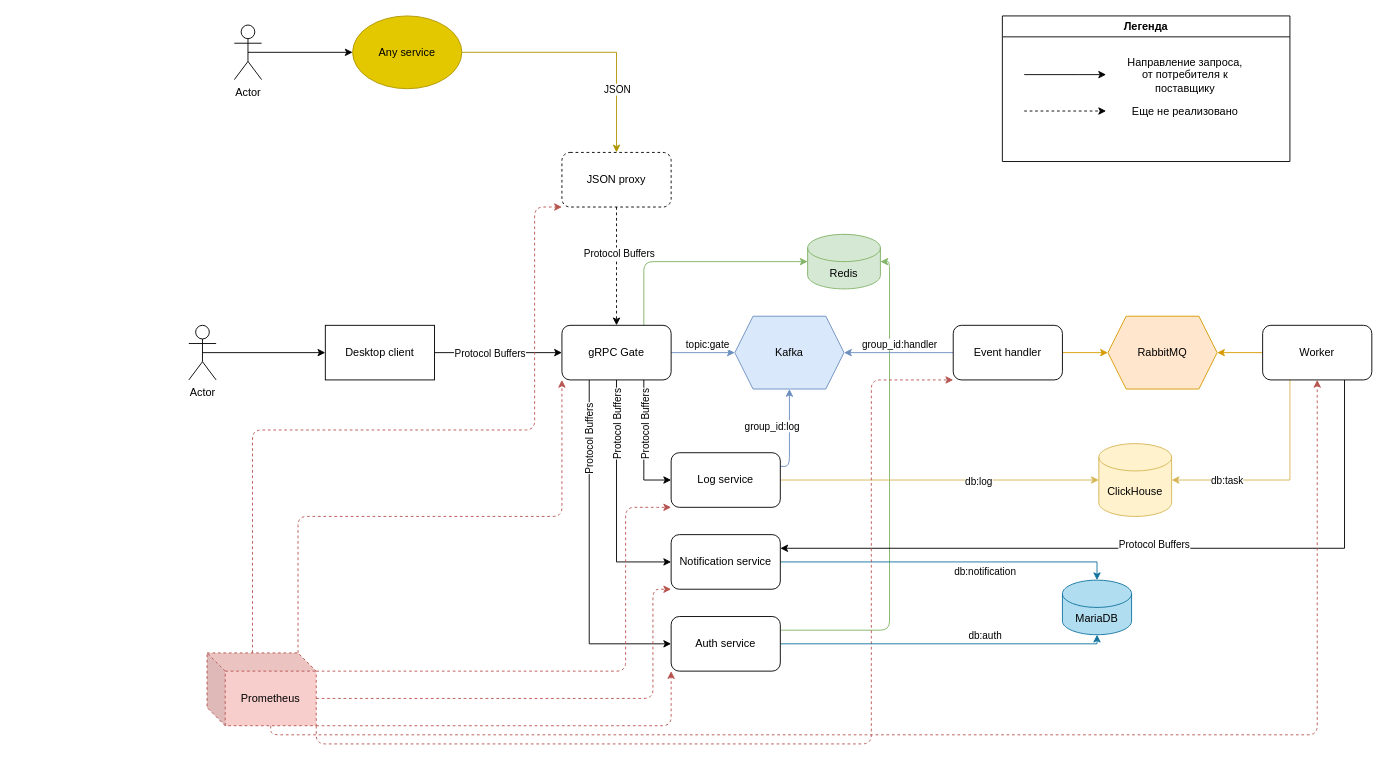
The draw.io diagram page "New" (1 of 2) of scheme.drawio in gbh007/petus-projectus, before the edit. Source tidied: cells renumbered, new cells numbered last; positions are measured from the earlier drawing's top-left corner, leaving out a move shared by most shapes. Both pictures are drawn from the tidied source at 91%, with x=0, y=0 at pixel (188, 15).
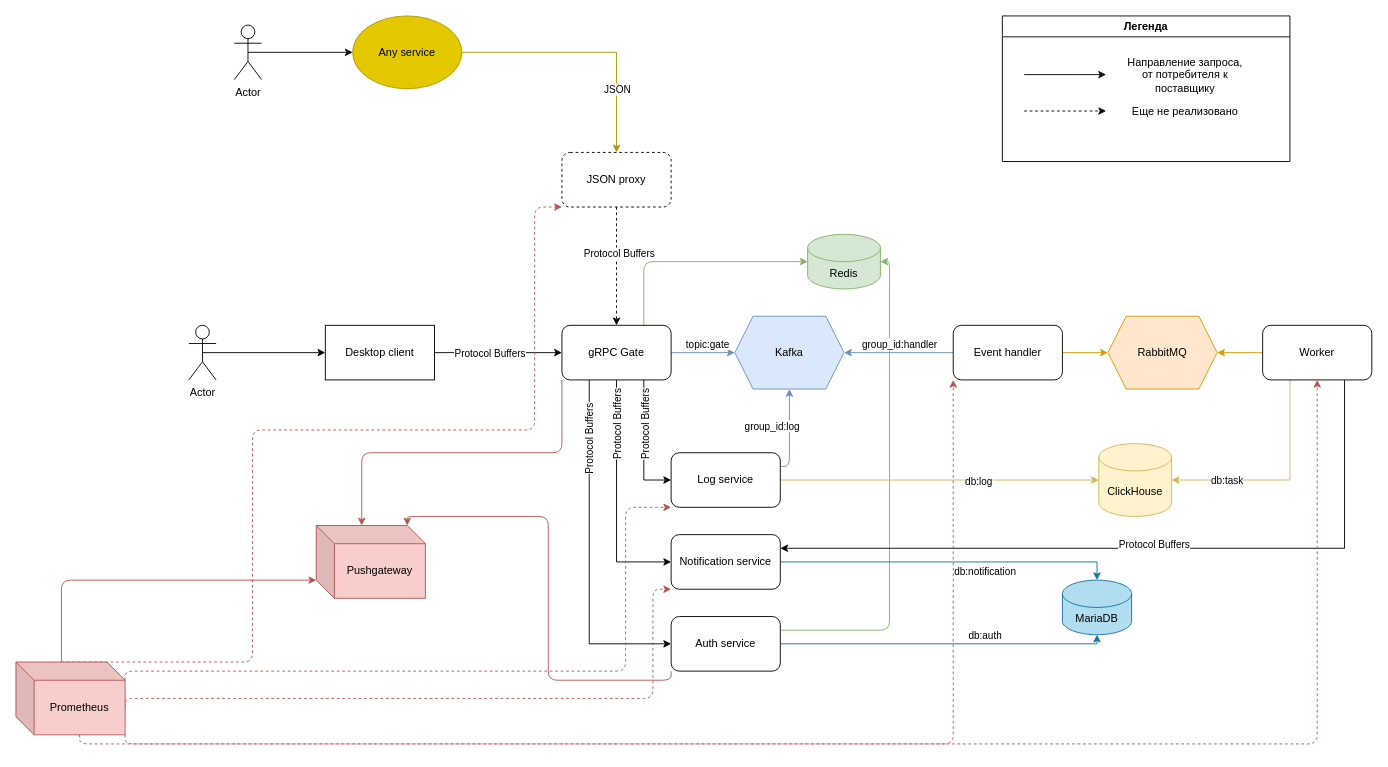
After the change.

The change refers to these unchanged cells:
```xml
<mxCell id="25" value="gRPC Gate" style="rounded=1;whiteSpace=wrap;html=1;" parent="1" vertex="1">
  <mxGeometry x="410" y="340" width="120" height="60" as="geometry" />
</mxCell>
<mxCell id="55" value="Auth service" style="rounded=1;whiteSpace=wrap;html=1;" parent="1" vertex="1">
  <mxGeometry x="530" y="660" width="120" height="60" as="geometry" />
</mxCell>
```

Change to the diagram source:
```diff
@@
-    <mxCell id="45" style="edgeStyle=orthogonalEdgeStyle;html=1;exitX=0;exitY=0;exitDx=100;exitDy=0;exitPerimeter=0;entryX=0;entryY=1;entryDx=0;entryDy=0;rounded=1;strokeColor=#b85450;snapToPoint=0;fixDash=0;backgroundOutline=0;orthogonal=0;enumerate=0;comic=0;dashed=1;fillColor=#f8cecc;" parent="1" edge="1" source="52" target="25">
+    <mxCell id="45" style="edgeStyle=orthogonalEdgeStyle;html=1;exitX=0;exitY=1;exitDx=0;exitDy=0;entryX=0;entryY=0;entryDx=50;entryDy=0;rounded=1;strokeColor=#b85450;snapToPoint=0;fixDash=0;backgroundOutline=0;orthogonal=0;enumerate=0;comic=0;fillColor=#f8cecc;entryPerimeter=0;" parent="1" edge="1" source="25" target="68">
       <mxGeometry relative="1" as="geometry" />
     </mxCell>
@@
-    <mxCell id="51" style="edgeStyle=orthogonalEdgeStyle;html=1;exitX=1;exitY=1;exitDx=0;exitDy=0;exitPerimeter=0;entryX=0;entryY=1;entryDx=0;entryDy=0;strokeColor=#b85450;comic=0;dashed=1;fillColor=#f8cecc;" parent="1" edge="1" source="52" target="55">
-      <mxGeometry relative="1" as="geometry">
-        <Array as="points">
-          <mxPoint x="530" y="780" />
-        </Array>
-      </mxGeometry>
+    <mxCell id="51" style="edgeStyle=orthogonalEdgeStyle;html=1;exitX=0;exitY=1;exitDx=0;exitDy=0;entryX=0;entryY=0;entryDx=100;entryDy=0;strokeColor=#b85450;comic=0;fillColor=#f8cecc;entryPerimeter=0;" parent="1" edge="1" source="55" target="68">
+      <mxGeometry relative="1" as="geometry" />
     </mxCell>
+    <mxCell id="67" style="edgeStyle=orthogonalEdgeStyle;html=1;exitX=0;exitY=0;exitDx=50;exitDy=0;exitPerimeter=0;entryX=0;entryY=0;entryDx=0;entryDy=60;entryPerimeter=0;strokeColor=#b85450;comic=0;fillColor=#f8cecc;" parent="1" edge="1" source="52" target="68">
+      <mxGeometry relative="1" as="geometry" />
+    </mxCell>
-    <mxCell id="52" value="Prometheus" style="shape=cube;whiteSpace=wrap;html=1;boundedLbl=1;backgroundOutline=1;darkOpacity=0.05;darkOpacity2=0.1;fillColor=#f8cecc;strokeColor=#b85450;dashed=1;" parent="1" vertex="1">
-      <mxGeometry x="20" y="700" width="120" height="80" as="geometry" />
+    <mxCell id="52" value="Prometheus" style="shape=cube;whiteSpace=wrap;html=1;boundedLbl=1;backgroundOutline=1;darkOpacity=0.05;darkOpacity2=0.1;fillColor=#f8cecc;strokeColor=#b85450;" parent="1" vertex="1">
+      <mxGeometry x="-190" y="710" width="120" height="80" as="geometry" />
     </mxCell>
@@
+    <mxCell id="68" value="Pushgateway" style="shape=cube;whiteSpace=wrap;html=1;boundedLbl=1;backgroundOutline=1;darkOpacity=0.05;darkOpacity2=0.1;fillColor=#f8cecc;strokeColor=#b85450;" parent="1" vertex="1">
+      <mxGeometry x="140" y="560" width="120" height="80" as="geometry" />
+    </mxCell>
```
